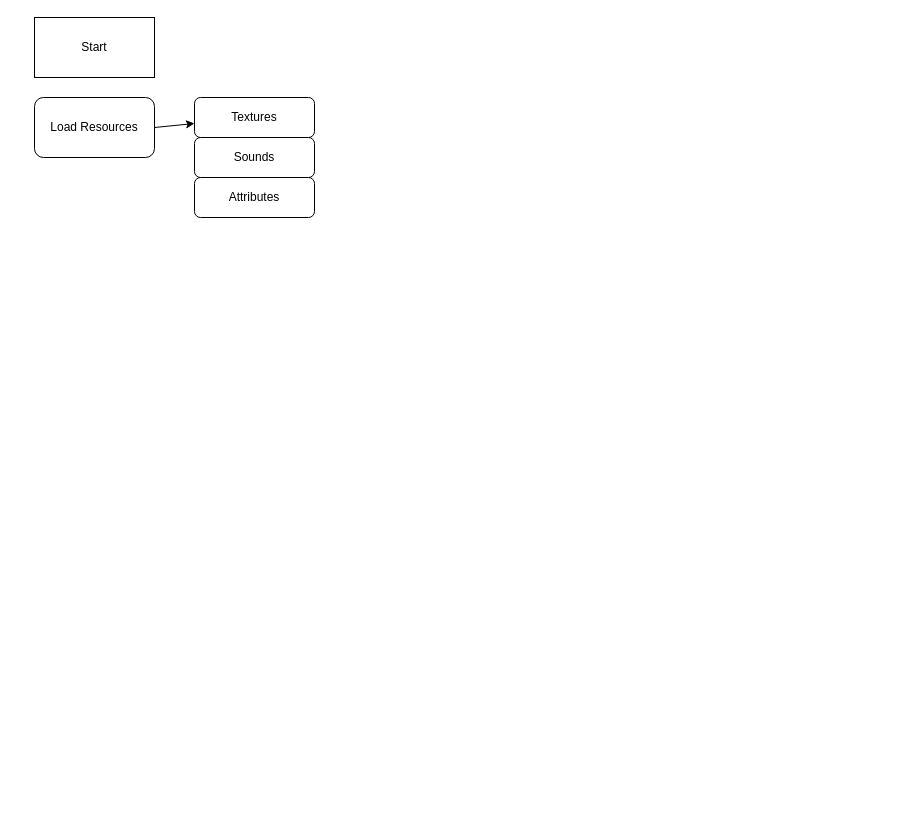
Before: Saturn.drawio in cjahwaan/Bucket, a draw.io diagram. Source tidied: cells renumbered, new cells numbered last; positions are measured from the earlier drawing's top-left corner, leaving out a move shared by most shapes. Both pictures are drawn from the tidied source at 100%, with x=0, y=0 at pixel (34, 17).
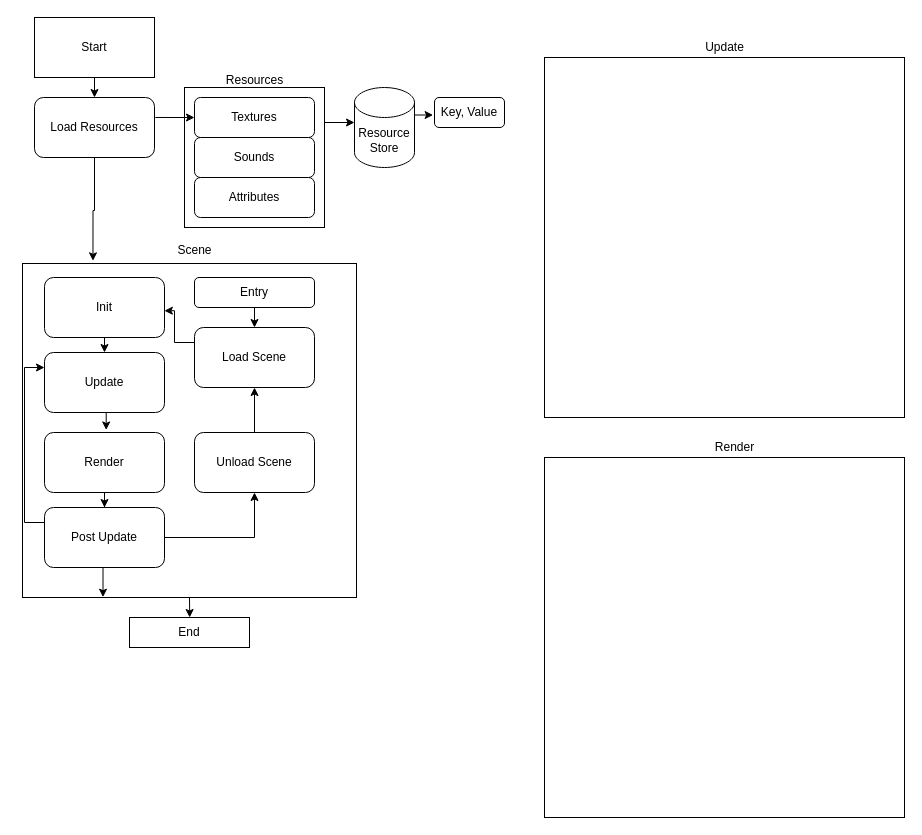
The same diagram, later.

Unchanged cells that the change refers to:
```xml
<mxCell id="2" value="&lt;div&gt;Start&lt;/div&gt;" style="rounded=0;whiteSpace=wrap;html=1;" parent="1" vertex="1">
  <mxGeometry width="120" height="60" as="geometry" />
</mxCell>
<mxCell id="3" value="Load Resources" style="rounded=1;whiteSpace=wrap;html=1;" parent="1" vertex="1">
  <mxGeometry y="80" width="120" height="60" as="geometry" />
</mxCell>
<mxCell id="4" value="&lt;div&gt;Textures&lt;/div&gt;" style="rounded=1;whiteSpace=wrap;html=1;" parent="1" vertex="1">
  <mxGeometry x="160" y="80" width="120" height="40" as="geometry" />
</mxCell>
```

What changed in the source:
```diff
@@
+    <mxCell id="8" style="edgeStyle=orthogonalEdgeStyle;rounded=0;jettySize=auto;html=1;exitX=0.5;exitY=1;exitDx=0;exitDy=0;" parent="1" edge="1" source="9">
+      <mxGeometry relative="1" as="geometry">
+        <mxPoint x="155.2" y="600" as="targetPoint" />
+      </mxGeometry>
+    </mxCell>
+    <mxCell id="9" style="whiteSpace=wrap;html=1;" parent="1" vertex="1">
+      <mxGeometry x="-12" y="246" width="334" height="334" as="geometry" />
+    </mxCell>
+    <mxCell id="10" style="whiteSpace=wrap;html=1;" parent="1" vertex="1">
+      <mxGeometry x="150" y="70" width="140" height="140" as="geometry" />
+    </mxCell>
+    <mxCell id="11" style="edgeStyle=orthogonalEdgeStyle;rounded=0;jettySize=auto;html=1;exitX=0.5;exitY=1;exitDx=0;exitDy=0;entryX=0.5;entryY=0;entryDx=0;entryDy=0;" parent="1" edge="1" source="2" target="3">
+      <mxGeometry relative="1" as="geometry" />
+    </mxCell>
@@
-    <mxCell id="7" style="endArrow=classic;html=1;rounded=0;exitX=1;exitY=0.5;exitDx=0;exitDy=0;" parent="1" edge="1" source="3" target="4">
+    <mxCell id="7" style="endArrow=classic;html=1;rounded=0;exitX=1.007;exitY=0.333;exitDx=0;exitDy=0;entryX=0;entryY=0.5;entryDx=0;entryDy=0;exitPerimeter=0;" parent="1" edge="1" source="3" target="4">
       <mxGeometry relative="1" as="geometry" />
     </mxCell>
+    <mxCell id="12" value="&lt;div&gt;Resource Store&lt;/div&gt;" style="shape=cylinder3;whiteSpace=wrap;html=1;boundedLbl=1;backgroundOutline=1;size=15;" parent="1" vertex="1">
+      <mxGeometry x="320" y="70" width="60" height="80" as="geometry" />
+    </mxCell>
+    <mxCell id="13" style="edgeStyle=orthogonalEdgeStyle;rounded=0;jettySize=auto;html=1;exitX=1;exitY=0.25;exitDx=0;exitDy=0;entryX=0;entryY=0.44;entryDx=0;entryDy=0;entryPerimeter=0;" parent="1" edge="1" source="10" target="12">
+      <mxGeometry relative="1" as="geometry" />
+    </mxCell>
+    <mxCell id="14" value="&lt;div&gt;Resources&lt;/div&gt;" style="text;html=1;align=center;verticalAlign=middle;strokeColor=none;fillColor=none;" parent="1" vertex="1">
+      <mxGeometry x="180" y="48" width="80" height="30" as="geometry" />
+    </mxCell>
+    <mxCell id="15" value="Key, Value" style="rounded=1;whiteSpace=wrap;html=1;" parent="1" vertex="1">
+      <mxGeometry x="400" y="80" width="70" height="30" as="geometry" />
+    </mxCell>
+    <mxCell id="16" style="edgeStyle=orthogonalEdgeStyle;rounded=0;jettySize=auto;html=1;exitX=1;exitY=0;exitDx=0;exitDy=27.5;exitPerimeter=0;entryX=-0.02;entryY=0.6;entryDx=0;entryDy=0;entryPerimeter=0;" parent="1" edge="1" source="12" target="15">
+      <mxGeometry relative="1" as="geometry" />
+    </mxCell>
+    <mxCell id="17" value="Update" style="rounded=1;whiteSpace=wrap;html=1;" parent="1" vertex="1">
+      <mxGeometry x="10" y="335" width="120" height="60" as="geometry" />
+    </mxCell>
+    <mxCell id="18" style="edgeStyle=orthogonalEdgeStyle;rounded=0;jettySize=auto;html=1;" parent="1" edge="1" source="19" target="25">
+      <mxGeometry relative="1" as="geometry" />
+    </mxCell>
+    <mxCell id="19" value="Render" style="rounded=1;whiteSpace=wrap;html=1;" parent="1" vertex="1">
+      <mxGeometry x="10" y="415" width="120" height="60" as="geometry" />
+    </mxCell>
+    <mxCell id="20" style="edgeStyle=orthogonalEdgeStyle;rounded=0;jettySize=auto;html=1;exitX=0.5;exitY=1;exitDx=0;exitDy=0;entryX=0.514;entryY=-0.042;entryDx=0;entryDy=0;entryPerimeter=0;" parent="1" edge="1" source="17" target="19">
+      <mxGeometry relative="1" as="geometry" />
+    </mxCell>
+    <mxCell id="21" style="edgeStyle=orthogonalEdgeStyle;rounded=0;jettySize=auto;html=1;exitX=0.5;exitY=0;exitDx=0;exitDy=0;entryX=0.5;entryY=1;entryDx=0;entryDy=0;" parent="1" edge="1" source="22" target="36">
+      <mxGeometry relative="1" as="geometry" />
+    </mxCell>
+    <mxCell id="22" value="Unload Scene" style="rounded=1;whiteSpace=wrap;html=1;" parent="1" vertex="1">
+      <mxGeometry x="160" y="415" width="120" height="60" as="geometry" />
+    </mxCell>
+    <mxCell id="23" style="edgeStyle=orthogonalEdgeStyle;rounded=0;jettySize=auto;html=1;exitX=1;exitY=0.5;exitDx=0;exitDy=0;" parent="1" edge="1" source="25" target="22">
+      <mxGeometry relative="1" as="geometry" />
+    </mxCell>
+    <mxCell id="24" style="edgeStyle=orthogonalEdgeStyle;rounded=0;jettySize=auto;html=1;exitX=0;exitY=0.25;exitDx=0;exitDy=0;entryX=0;entryY=0.25;entryDx=0;entryDy=0;" parent="1" edge="1" source="25" target="17">
+      <mxGeometry relative="1" as="geometry" />
+    </mxCell>
+    <mxCell id="25" value="Post Update" style="rounded=1;whiteSpace=wrap;html=1;" parent="1" vertex="1">
+      <mxGeometry x="10" y="490" width="120" height="60" as="geometry" />
+    </mxCell>
+    <mxCell id="26" style="edgeStyle=orthogonalEdgeStyle;rounded=0;jettySize=auto;html=1;entryX=0.211;entryY=-0.008;entryDx=0;entryDy=0;entryPerimeter=0;" parent="1" edge="1" source="3" target="9">
+      <mxGeometry relative="1" as="geometry" />
+    </mxCell>
+    <mxCell id="27" value="Scene" style="text;html=1;align=center;verticalAlign=middle;strokeColor=none;fillColor=none;" parent="1" vertex="1">
+      <mxGeometry x="130" y="218" width="60" height="30" as="geometry" />
+    </mxCell>
+    <mxCell id="28" style="edgeStyle=orthogonalEdgeStyle;rounded=0;jettySize=auto;html=1;exitX=0.5;exitY=1;exitDx=0;exitDy=0;entryX=0.5;entryY=0;entryDx=0;entryDy=0;" parent="1" edge="1" source="29" target="17">
+      <mxGeometry relative="1" as="geometry" />
+    </mxCell>
+    <mxCell id="29" value="Init" style="rounded=1;whiteSpace=wrap;html=1;" parent="1" vertex="1">
+      <mxGeometry x="10" y="260" width="120" height="60" as="geometry" />
+    </mxCell>
+    <mxCell id="30" style="edgeStyle=orthogonalEdgeStyle;rounded=0;jettySize=auto;html=1;exitX=0.5;exitY=1;exitDx=0;exitDy=0;entryX=0.241;entryY=0.999;entryDx=0;entryDy=0;entryPerimeter=0;" parent="1" edge="1" source="25" target="9">
+      <mxGeometry relative="1" as="geometry" />
+    </mxCell>
+    <mxCell id="31" value="End" style="rounded=0;whiteSpace=wrap;html=1;" parent="1" vertex="1">
+      <mxGeometry x="95" y="600" width="120" height="30" as="geometry" />
+    </mxCell>
+    <mxCell id="32" style="whiteSpace=wrap;html=1;" parent="1" vertex="1">
+      <mxGeometry x="510" y="40" width="360" height="360" as="geometry" />
+    </mxCell>
+    <mxCell id="33" style="whiteSpace=wrap;html=1;" parent="1" vertex="1">
+      <mxGeometry x="510" y="440" width="360" height="360" as="geometry" />
+    </mxCell>
+    <mxCell id="34" value="Update" style="text;html=1;align=center;verticalAlign=middle;strokeColor=none;fillColor=none;" parent="1" vertex="1">
+      <mxGeometry x="660" y="15" width="60" height="30" as="geometry" />
+    </mxCell>
+    <mxCell id="35" value="Render" style="text;html=1;align=center;verticalAlign=middle;strokeColor=none;fillColor=none;" parent="1" vertex="1">
+      <mxGeometry x="670" y="415" width="60" height="30" as="geometry" />
+    </mxCell>
+    <mxCell id="36" value="Load Scene" style="rounded=1;whiteSpace=wrap;html=1;" parent="1" vertex="1">
+      <mxGeometry x="160" y="310" width="120" height="60" as="geometry" />
+    </mxCell>
+    <mxCell id="37" style="edgeStyle=orthogonalEdgeStyle;rounded=0;jettySize=auto;html=1;exitX=0.5;exitY=1;exitDx=0;exitDy=0;entryX=0.5;entryY=0;entryDx=0;entryDy=0;" parent="1" edge="1" source="38" target="36">
+      <mxGeometry relative="1" as="geometry" />
+    </mxCell>
+    <mxCell id="38" value="Entry" style="rounded=1;whiteSpace=wrap;html=1;" parent="1" vertex="1">
+      <mxGeometry x="160" y="260" width="120" height="30" as="geometry" />
+    </mxCell>
+    <mxCell id="39" style="edgeStyle=orthogonalEdgeStyle;rounded=0;jettySize=auto;html=1;exitX=0;exitY=0.25;exitDx=0;exitDy=0;entryX=0.999;entryY=0.554;entryDx=0;entryDy=0;entryPerimeter=0;" parent="1" edge="1" source="36" target="29">
+      <mxGeometry relative="1" as="geometry" />
+    </mxCell>
```
